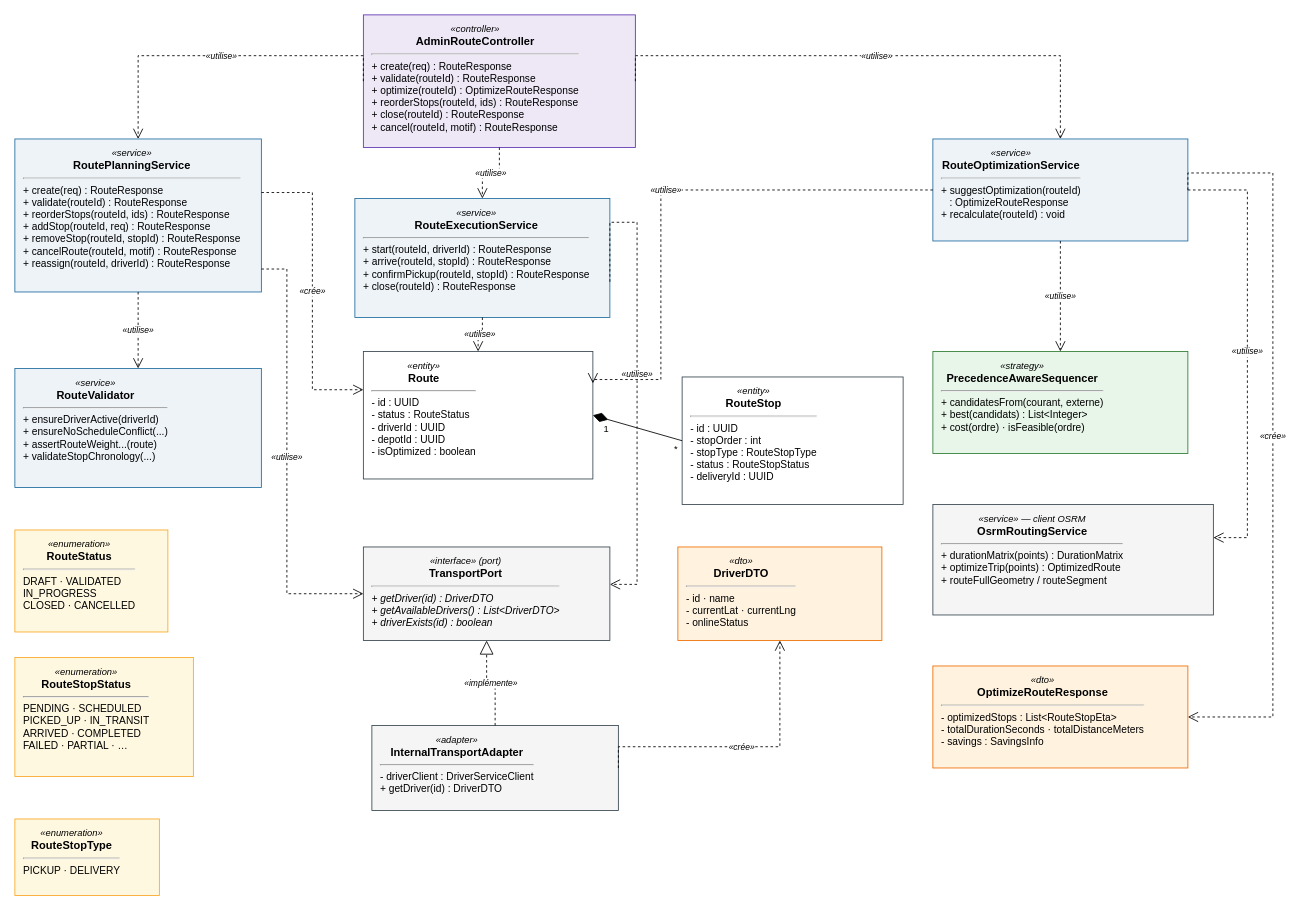
This is diagrams/drawio/Sprint3/ClassSprint3.drawio from Moaziz667/asm-track, a draw.io file, before an edit. Source tidied: cells renumbered, new cells numbered last; positions are measured from the earlier drawing's top-left corner, leaving out a move shared by most shapes. Both pictures are drawn from the tidied source at 85%, with x=0, y=0 at pixel (14, 14).
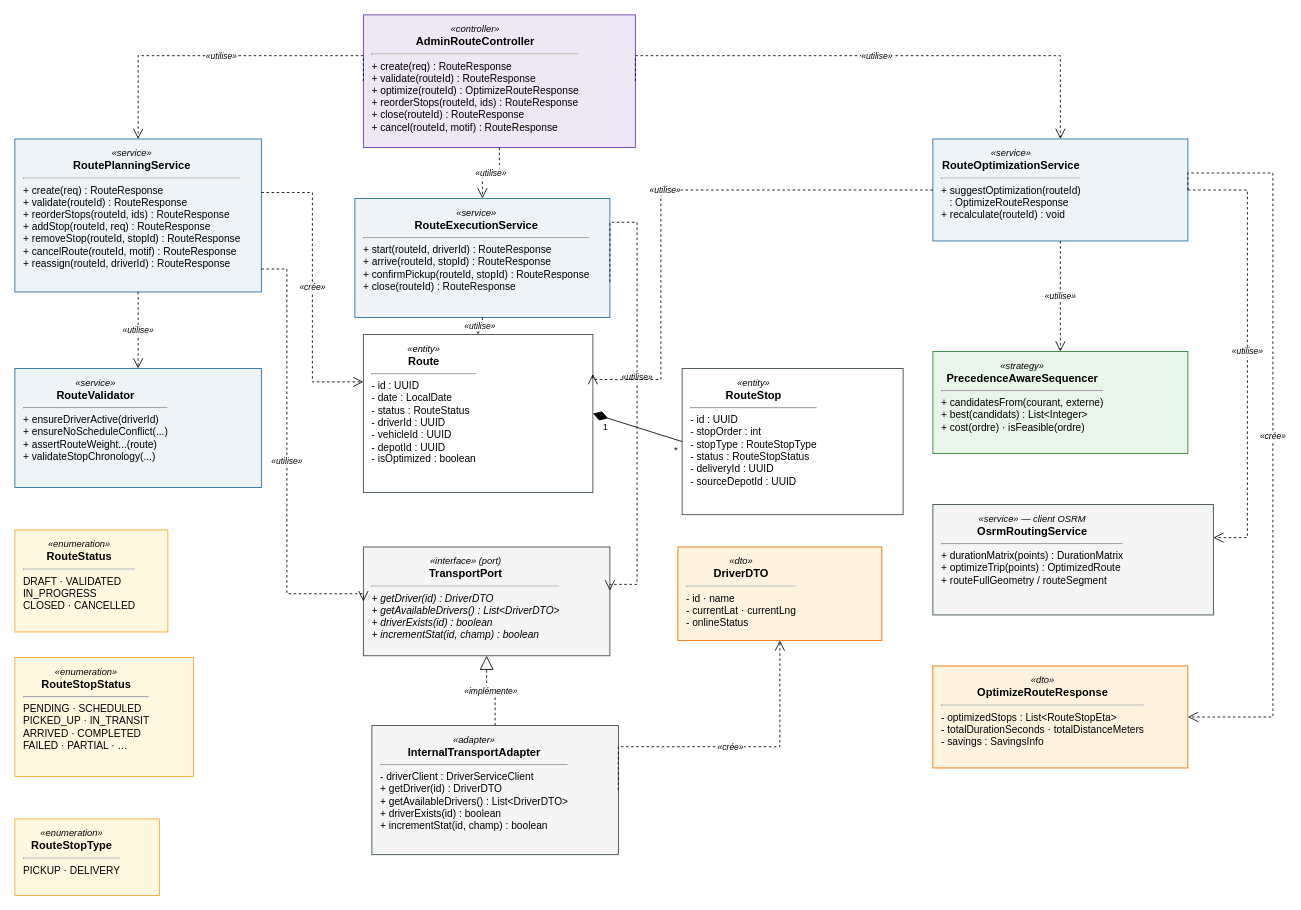
The same page after the edit.

Change to the diagram source:
```diff
@@
-    <mxCell id="7" value="&lt;p style='margin:4px 0 0;text-align:center;font-size:11px;font-style:italic'&gt;«entity»&lt;/p&gt;&lt;p style='margin:0 0 6px;text-align:center;font-weight:bold;font-size:13px'&gt;Route&lt;/p&gt;&lt;hr style='margin:0'/&gt;&lt;div style='margin:6px 0'&gt;- id : UUID&lt;br&gt;- status : RouteStatus&lt;br&gt;- driverId : UUID&lt;br&gt;- depotId : UUID&lt;br&gt;- isOptimized : boolean&lt;/div&gt;" style="rounded=0;whiteSpace=wrap;html=1;verticalAlign=top;align=left;spacingLeft=8;fillColor=#FFFFFF;strokeColor=#37474F;fontSize=12;" parent="1" vertex="1">
-      <mxGeometry x="410" y="396" width="270" height="150" as="geometry" />
+    <mxCell id="7" value="&lt;p style='margin:4px 0 0;text-align:center;font-size:11px;font-style:italic'&gt;«entity»&lt;/p&gt;&lt;p style='margin:0 0 6px;text-align:center;font-weight:bold;font-size:13px'&gt;Route&lt;/p&gt;&lt;hr style='margin:0'/&gt;&lt;div style='margin:6px 0'&gt;- id : UUID&lt;br&gt;- date : LocalDate&lt;br&gt;- status : RouteStatus&lt;br&gt;- driverId : UUID&lt;br&gt;- vehicleId : UUID&lt;br&gt;- depotId : UUID&lt;br&gt;- isOptimized : boolean&lt;/div&gt;" style="rounded=0;whiteSpace=wrap;html=1;verticalAlign=top;align=left;spacingLeft=8;fillColor=#FFFFFF;strokeColor=#37474F;fontSize=12;" parent="1" vertex="1">
+      <mxGeometry x="410" y="376" width="270" height="186" as="geometry" />
     </mxCell>
-    <mxCell id="8" value="&lt;p style='margin:4px 0 0;text-align:center;font-size:11px;font-style:italic'&gt;«entity»&lt;/p&gt;&lt;p style='margin:0 0 6px;text-align:center;font-weight:bold;font-size:13px'&gt;RouteStop&lt;/p&gt;&lt;hr style='margin:0'/&gt;&lt;div style='margin:6px 0'&gt;- id : UUID&lt;br&gt;- stopOrder : int&lt;br&gt;- stopType : RouteStopType&lt;br&gt;- status : RouteStopStatus&lt;br&gt;- deliveryId : UUID&lt;/div&gt;" style="rounded=0;whiteSpace=wrap;html=1;verticalAlign=top;align=left;spacingLeft=8;fillColor=#FFFFFF;strokeColor=#37474F;fontSize=12;" parent="1" vertex="1">
-      <mxGeometry x="785" y="426" width="260" height="150" as="geometry" />
+    <mxCell id="8" value="&lt;p style='margin:4px 0 0;text-align:center;font-size:11px;font-style:italic'&gt;«entity»&lt;/p&gt;&lt;p style='margin:0 0 6px;text-align:center;font-weight:bold;font-size:13px'&gt;RouteStop&lt;/p&gt;&lt;hr style='margin:0'/&gt;&lt;div style='margin:6px 0'&gt;- id : UUID&lt;br&gt;- stopOrder : int&lt;br&gt;- stopType : RouteStopType&lt;br&gt;- status : RouteStopStatus&lt;br&gt;- deliveryId : UUID&lt;br&gt;- sourceDepotId : UUID&lt;/div&gt;" style="rounded=0;whiteSpace=wrap;html=1;verticalAlign=top;align=left;spacingLeft=8;fillColor=#FFFFFF;strokeColor=#37474F;fontSize=12;" parent="1" vertex="1">
+      <mxGeometry x="785" y="416" width="260" height="172" as="geometry" />
     </mxCell>
-    <mxCell id="9" value="&lt;p style='margin:4px 0 0;text-align:center;font-size:11px;font-style:italic'&gt;«interface» (port)&lt;/p&gt;&lt;p style='margin:0 0 6px;text-align:center;font-weight:bold;font-size:13px'&gt;TransportPort&lt;/p&gt;&lt;hr style='margin:0'/&gt;&lt;div style='margin:6px 0;font-style:italic'&gt;+ getDriver(id) : DriverDTO&lt;br&gt;+ getAvailableDrivers() : List&amp;lt;DriverDTO&amp;gt;&lt;br&gt;+ driverExists(id) : boolean&lt;/div&gt;" style="rounded=0;whiteSpace=wrap;html=1;verticalAlign=top;align=left;spacingLeft=8;fillColor=#F5F5F5;strokeColor=#37474F;fontSize=12;" parent="1" vertex="1">
-      <mxGeometry x="410" y="626" width="290" height="110" as="geometry" />
+    <mxCell id="9" value="&lt;p style='margin:4px 0 0;text-align:center;font-size:11px;font-style:italic'&gt;«interface» (port)&lt;/p&gt;&lt;p style='margin:0 0 6px;text-align:center;font-weight:bold;font-size:13px'&gt;TransportPort&lt;/p&gt;&lt;hr style='margin:0'/&gt;&lt;div style='margin:6px 0;font-style:italic'&gt;+ getDriver(id) : DriverDTO&lt;br&gt;+ getAvailableDrivers() : List&amp;lt;DriverDTO&amp;gt;&lt;br&gt;+ driverExists(id) : boolean&lt;br&gt;+ incrementStat(id, champ) : boolean&lt;/div&gt;" style="rounded=0;whiteSpace=wrap;html=1;verticalAlign=top;align=left;spacingLeft=8;fillColor=#F5F5F5;strokeColor=#37474F;fontSize=12;" parent="1" vertex="1">
+      <mxGeometry x="410" y="626" width="290" height="128" as="geometry" />
     </mxCell>
-    <mxCell id="10" value="&lt;p style='margin:4px 0 0;text-align:center;font-size:11px;font-style:italic'&gt;«adapter»&lt;/p&gt;&lt;p style='margin:0 0 6px;text-align:center;font-weight:bold;font-size:13px'&gt;InternalTransportAdapter&lt;/p&gt;&lt;hr style='margin:0'/&gt;&lt;div style='margin:6px 0'&gt;- driverClient : DriverServiceClient&lt;br&gt;+ getDriver(id) : DriverDTO&lt;/div&gt;" style="rounded=0;whiteSpace=wrap;html=1;verticalAlign=top;align=left;spacingLeft=8;fillColor=#F5F5F5;strokeColor=#37474F;fontSize=12;" parent="1" vertex="1">
-      <mxGeometry x="420" y="836" width="290" height="100" as="geometry" />
+    <mxCell id="10" value="&lt;p style='margin:4px 0 0;text-align:center;font-size:11px;font-style:italic'&gt;«adapter»&lt;/p&gt;&lt;p style='margin:0 0 6px;text-align:center;font-weight:bold;font-size:13px'&gt;InternalTransportAdapter&lt;/p&gt;&lt;hr style='margin:0'/&gt;&lt;div style='margin:6px 0'&gt;- driverClient : DriverServiceClient&lt;br&gt;+ getDriver(id) : DriverDTO&lt;br&gt;+ getAvailableDrivers() : List&amp;lt;DriverDTO&amp;gt;&lt;br&gt;+ driverExists(id) : boolean&lt;br&gt;+ incrementStat(id, champ) : boolean&lt;/div&gt;" style="rounded=0;whiteSpace=wrap;html=1;verticalAlign=top;align=left;spacingLeft=8;fillColor=#F5F5F5;strokeColor=#37474F;fontSize=12;" parent="1" vertex="1">
+      <mxGeometry x="420" y="836" width="290" height="152" as="geometry" />
     </mxCell>
```
